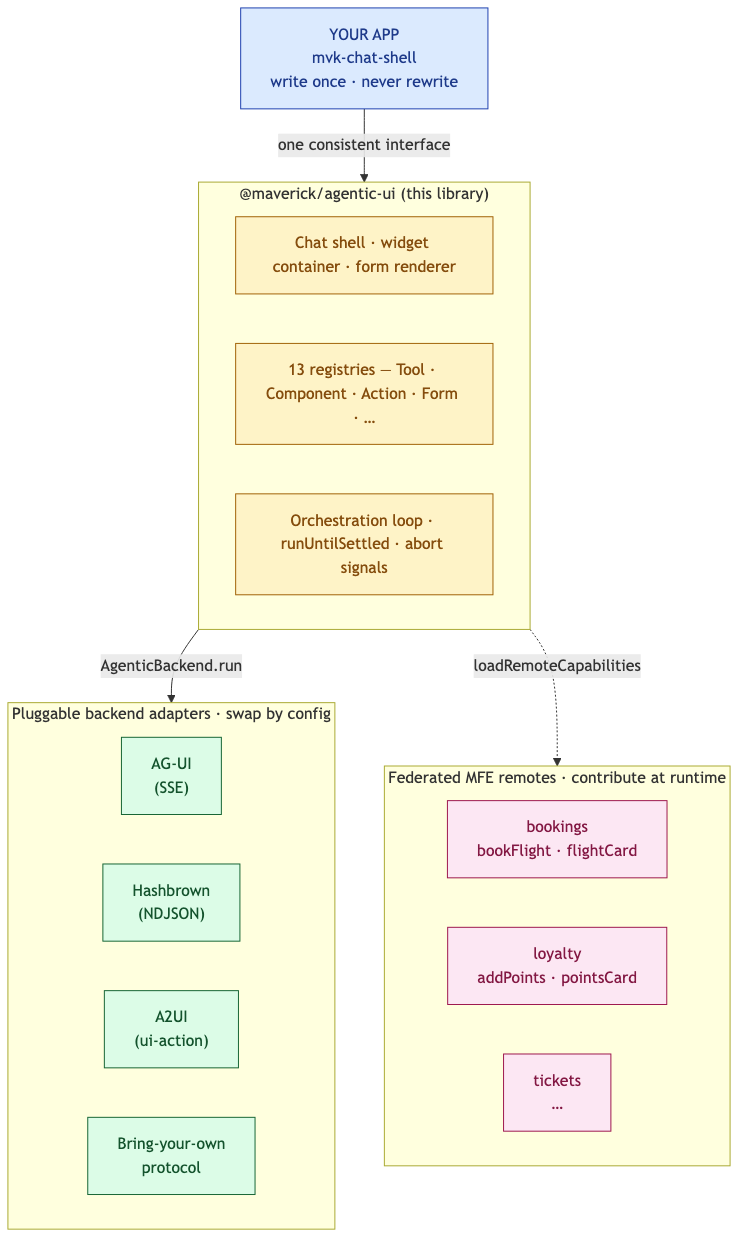
sahassakhare/agentic-ui keeps this Mermaid diagram as docs/assets/agentic-ui-architecture.png. Above is the earlier version. Its source is kept beside it as docs/assets/agentic-ui-architecture.mmd. The source it was exported from:
```mermaid
flowchart TB
    classDef app fill:#dbeafe,stroke:#1e40af,stroke-width:1px,color:#1e3a8a
    classDef lib fill:#fef3c7,stroke:#a16207,stroke-width:1px,color:#854d0e
    classDef adapter fill:#dcfce7,stroke:#166534,stroke-width:1px,color:#14532d
    classDef remote fill:#fce7f3,stroke:#9d174d,stroke-width:1px,color:#831843

    APP["YOUR APP<br/>mvk-chat-shell<br/>write once · never rewrite"]:::app

    subgraph LIB["@maverick/agentic-ui (this library)"]
        L1["Chat shell · widget container · form renderer"]:::lib
        L2["13 registries — Tool · Component · Action · Form · …"]:::lib
        L3["Orchestration loop · runUntilSettled · abort signals"]:::lib
    end

    subgraph PROTO["Pluggable backend adapters · swap by config"]
        AG["AG-UI<br/>(SSE)"]:::adapter
        HB["Hashbrown<br/>(NDJSON)"]:::adapter
        A2["A2UI<br/>(ui-action)"]:::adapter
        BYO["Bring-your-own<br/>protocol"]:::adapter
    end

    subgraph MFE["Federated MFE remotes · contribute at runtime"]
        R1["bookings<br/>bookFlight · flightCard"]:::remote
        R2["loyalty<br/>addPoints · pointsCard"]:::remote
        R3["tickets<br/>…"]:::remote
    end

    APP -->|one consistent interface| LIB
    LIB -->|AgenticBackend.run| PROTO
    LIB -.->|loadRemoteCapabilities| MFE
```
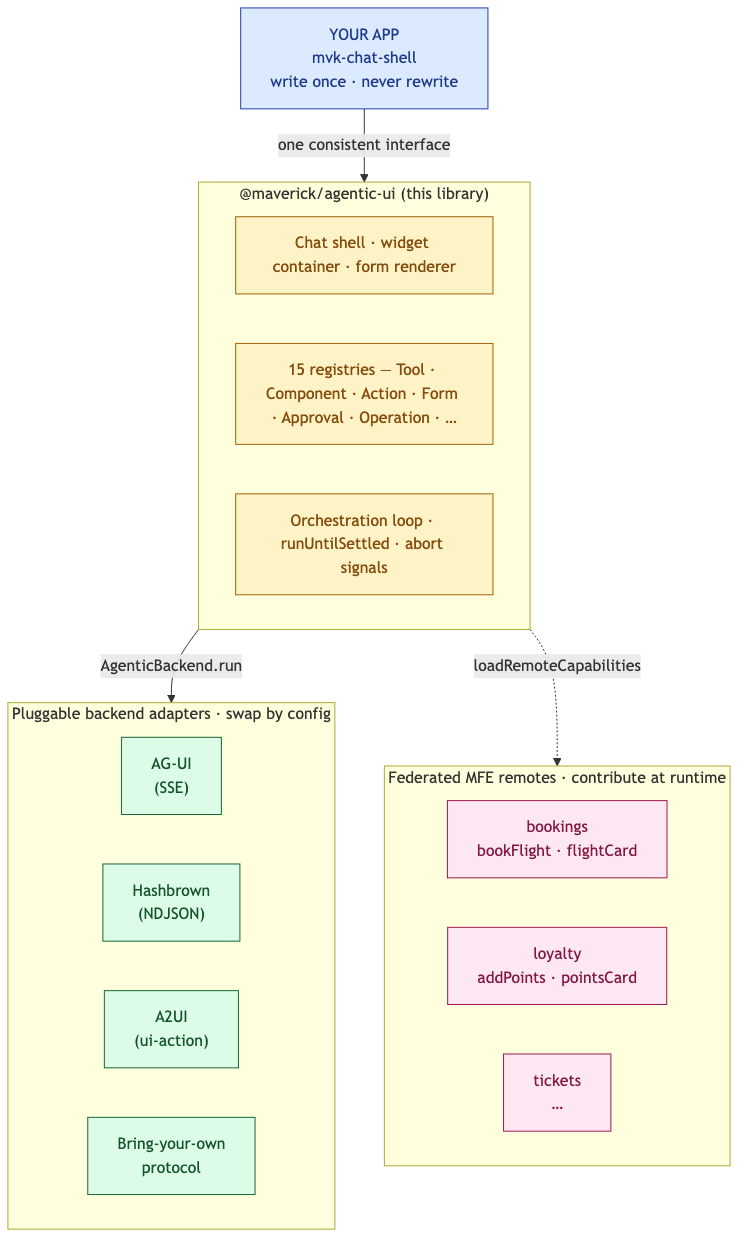
Above is the later version.

The edit, as a diff of the source:
```diff
@@ -8,7 +8,7 @@
 
     subgraph LIB["@maverick/agentic-ui (this library)"]
         L1["Chat shell · widget container · form renderer"]:::lib
-        L2["13 registries — Tool · Component · Action · Form · …"]:::lib
+        L2["15 registries — Tool · Component · Action · Form · Approval · Operation · …"]:::lib
         L3["Orchestration loop · runUntilSettled · abort signals"]:::lib
     end
 
```
